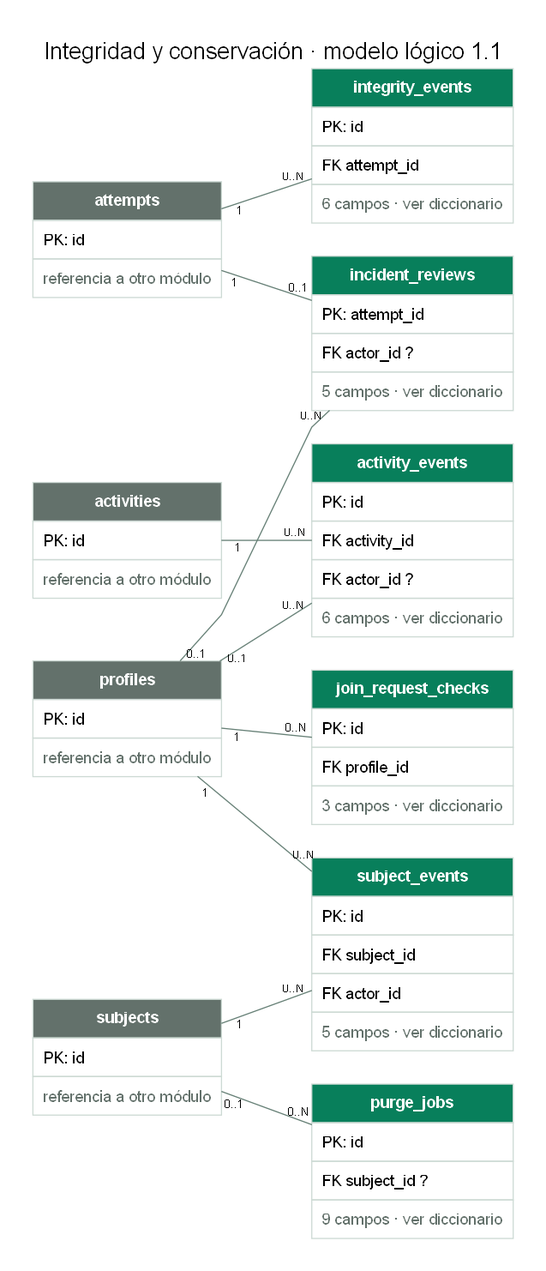
CubeFreaKLab/aulify keeps this Graphviz diagram as docs/modelado/diagramas/06-operacion.png. Above is the earlier version. Its source is kept beside it as docs/modelado/diagramas/06-operacion.dot.
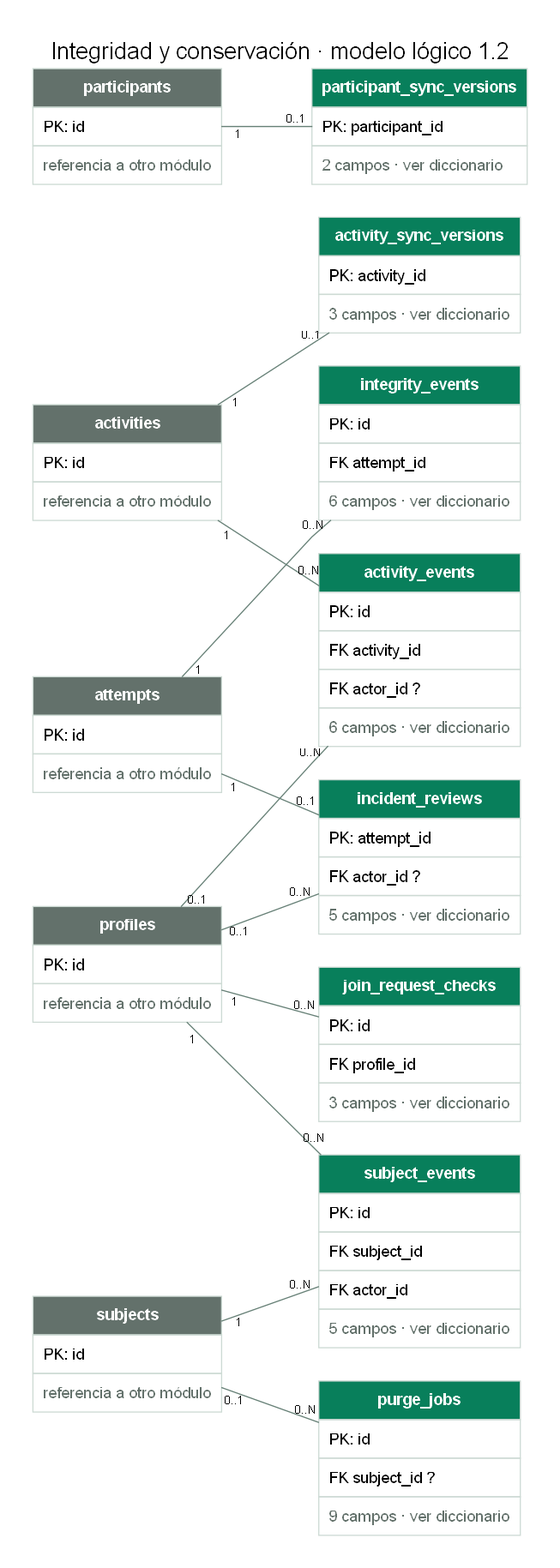
After the change.

What changed in the source:
```diff
@@ -1,13 +1,16 @@
 digraph modelo {
-graph [rankdir=LR, bgcolor="#ffffff", pad=0.4, nodesep=0.4, ranksep=1.1, splines=polyline, fontname="Arial", fontsize=20, labelloc=t, label="Integridad y conservación · modelo lógico 1.1"];
+graph [rankdir=LR, bgcolor="#ffffff", pad=0.4, nodesep=0.4, ranksep=1.1, splines=polyline, fontname="Arial", fontsize=20, labelloc=t, label="Integridad y conservación · modelo lógico 1.2"];
 node [shape=plain, fontname="Arial"];
 edge [fontname="Arial", fontsize=10, color="#668076", arrowsize=0.6];
 "activities" [label=<<TABLE BORDER="0" CELLBORDER="1" CELLSPACING="0" CELLPADDING="8" COLOR="#CDDAD4"><TR><TD BGCOLOR="#63716B"><FONT COLOR="white"><B>activities</B></FONT></TD></TR><TR><TD ALIGN="LEFT">PK: id</TD></TR><TR><TD><FONT COLOR="#63716B">referencia a otro módulo</FONT></TD></TR></TABLE>>];
 "activity_events" [label=<<TABLE BORDER="0" CELLBORDER="1" CELLSPACING="0" CELLPADDING="8" COLOR="#CDDAD4"><TR><TD BGCOLOR="#087F5B"><FONT COLOR="white"><B>activity_events</B></FONT></TD></TR><TR><TD ALIGN="LEFT">PK: id</TD></TR><TR><TD ALIGN="LEFT">FK activity_id</TD></TR><TR><TD ALIGN="LEFT">FK actor_id ?</TD></TR><TR><TD ALIGN="LEFT"><FONT COLOR="#63716B">6 campos · ver diccionario</FONT></TD></TR></TABLE>>];
+"activity_sync_versions" [label=<<TABLE BORDER="0" CELLBORDER="1" CELLSPACING="0" CELLPADDING="8" COLOR="#CDDAD4"><TR><TD BGCOLOR="#087F5B"><FONT COLOR="white"><B>activity_sync_versions</B></FONT></TD></TR><TR><TD ALIGN="LEFT">PK: activity_id</TD></TR><TR><TD ALIGN="LEFT"><FONT COLOR="#63716B">3 campos · ver diccionario</FONT></TD></TR></TABLE>>];
 "attempts" [label=<<TABLE BORDER="0" CELLBORDER="1" CELLSPACING="0" CELLPADDING="8" COLOR="#CDDAD4"><TR><TD BGCOLOR="#63716B"><FONT COLOR="white"><B>attempts</B></FONT></TD></TR><TR><TD ALIGN="LEFT">PK: id</TD></TR><TR><TD><FONT COLOR="#63716B">referencia a otro módulo</FONT></TD></TR></TABLE>>];
 "incident_reviews" [label=<<TABLE BORDER="0" CELLBORDER="1" CELLSPACING="0" CELLPADDING="8" COLOR="#CDDAD4"><TR><TD BGCOLOR="#087F5B"><FONT COLOR="white"><B>incident_reviews</B></FONT></TD></TR><TR><TD ALIGN="LEFT">PK: attempt_id</TD></TR><TR><TD ALIGN="LEFT">FK actor_id ?</TD></TR><TR><TD ALIGN="LEFT"><FONT COLOR="#63716B">5 campos · ver diccionario</FONT></TD></TR></TABLE>>];
 "integrity_events" [label=<<TABLE BORDER="0" CELLBORDER="1" CELLSPACING="0" CELLPADDING="8" COLOR="#CDDAD4"><TR><TD BGCOLOR="#087F5B"><FONT COLOR="white"><B>integrity_events</B></FONT></TD></TR><TR><TD ALIGN="LEFT">PK: id</TD></TR><TR><TD ALIGN="LEFT">FK attempt_id</TD></TR><TR><TD ALIGN="LEFT"><FONT COLOR="#63716B">6 campos · ver diccionario</FONT></TD></TR></TABLE>>];
 "join_request_checks" [label=<<TABLE BORDER="0" CELLBORDER="1" CELLSPACING="0" CELLPADDING="8" COLOR="#CDDAD4"><TR><TD BGCOLOR="#087F5B"><FONT COLOR="white"><B>join_request_checks</B></FONT></TD></TR><TR><TD ALIGN="LEFT">PK: id</TD></TR><TR><TD ALIGN="LEFT">FK profile_id</TD></TR><TR><TD ALIGN="LEFT"><FONT COLOR="#63716B">3 campos · ver diccionario</FONT></TD></TR></TABLE>>];
+"participant_sync_versions" [label=<<TABLE BORDER="0" CELLBORDER="1" CELLSPACING="0" CELLPADDING="8" COLOR="#CDDAD4"><TR><TD BGCOLOR="#087F5B"><FONT COLOR="white"><B>participant_sync_versions</B></FONT></TD></TR><TR><TD ALIGN="LEFT">PK: participant_id</TD></TR><TR><TD ALIGN="LEFT"><FONT COLOR="#63716B">2 campos · ver diccionario</FONT></TD></TR></TABLE>>];
+"participants" [label=<<TABLE BORDER="0" CELLBORDER="1" CELLSPACING="0" CELLPADDING="8" COLOR="#CDDAD4"><TR><TD BGCOLOR="#63716B"><FONT COLOR="white"><B>participants</B></FONT></TD></TR><TR><TD ALIGN="LEFT">PK: id</TD></TR><TR><TD><FONT COLOR="#63716B">referencia a otro módulo</FONT></TD></TR></TABLE>>];
 "profiles" [label=<<TABLE BORDER="0" CELLBORDER="1" CELLSPACING="0" CELLPADDING="8" COLOR="#CDDAD4"><TR><TD BGCOLOR="#63716B"><FONT COLOR="white"><B>profiles</B></FONT></TD></TR><TR><TD ALIGN="LEFT">PK: id</TD></TR><TR><TD><FONT COLOR="#63716B">referencia a otro módulo</FONT></TD></TR></TABLE>>];
 "purge_jobs" [label=<<TABLE BORDER="0" CELLBORDER="1" CELLSPACING="0" CELLPADDING="8" COLOR="#CDDAD4"><TR><TD BGCOLOR="#087F5B"><FONT COLOR="white"><B>purge_jobs</B></FONT></TD></TR><TR><TD ALIGN="LEFT">PK: id</TD></TR><TR><TD ALIGN="LEFT">FK subject_id ?</TD></TR><TR><TD ALIGN="LEFT"><FONT COLOR="#63716B">9 campos · ver diccionario</FONT></TD></TR></TABLE>>];
 "subject_events" [label=<<TABLE BORDER="0" CELLBORDER="1" CELLSPACING="0" CELLPADDING="8" COLOR="#CDDAD4"><TR><TD BGCOLOR="#087F5B"><FONT COLOR="white"><B>subject_events</B></FONT></TD></TR><TR><TD ALIGN="LEFT">PK: id</TD></TR><TR><TD ALIGN="LEFT">FK subject_id</TD></TR><TR><TD ALIGN="LEFT">FK actor_id</TD></TR><TR><TD ALIGN="LEFT"><FONT COLOR="#63716B">5 campos · ver diccionario</FONT></TD></TR></TABLE>>];
@@ -21,4 +24,6 @@
 "profiles" -> "subject_events" [dir=none, taillabel="1", headlabel="0..N", labeldistance=1.6];
 "subjects" -> "purge_jobs" [dir=none, taillabel="0..1", headlabel="0..N", labeldistance=1.6];
 "profiles" -> "join_request_checks" [dir=none, taillabel="1", headlabel="0..N", labeldistance=1.6];
+"activities" -> "activity_sync_versions" [dir=none, taillabel="1", headlabel="0..1", labeldistance=1.6];
+"participants" -> "participant_sync_versions" [dir=none, taillabel="1", headlabel="0..1", labeldistance=1.6];
 }
```
